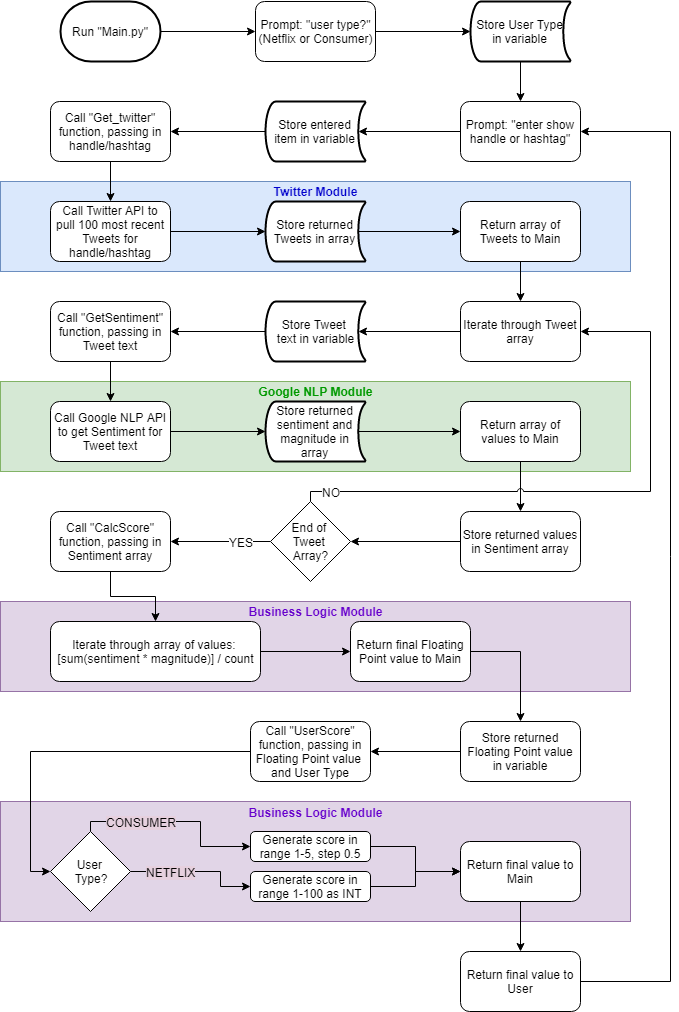
Above: img/EC601-MiniProject1.png in mcboyd-bu/EC601-MiniProject1 (draw.io), before the change. Source tidied: cells renumbered, new cells last; positions are measured from the earlier drawing's top-left corner, leaving out a move shared by most shapes.
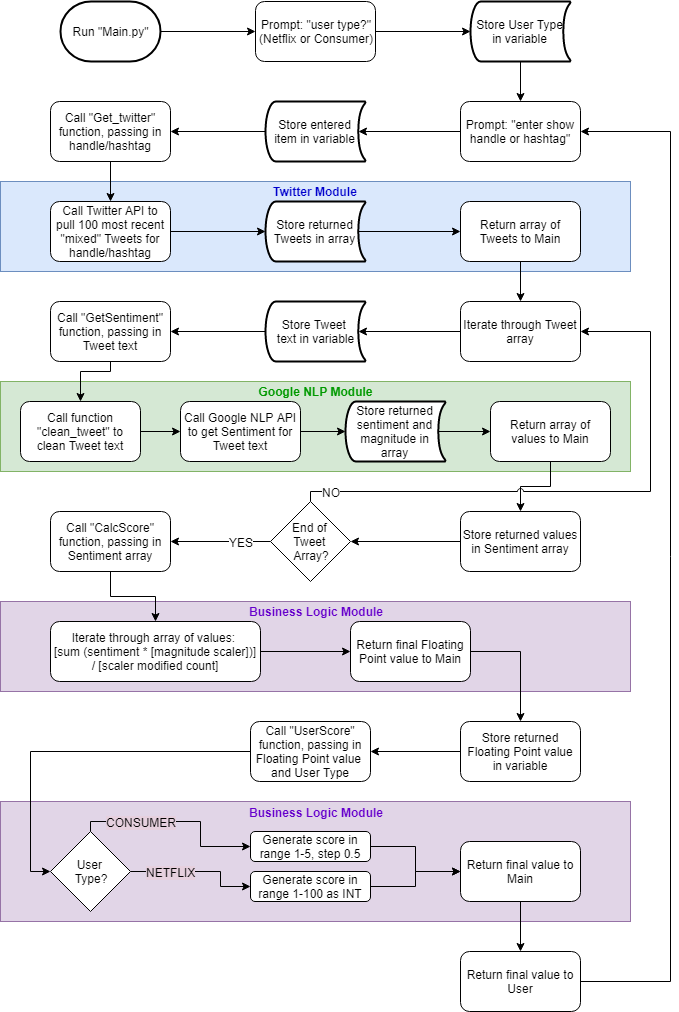
After the commit.

What changed in the source:
```diff
@@ -44,7 +44,7 @@
     <mxCell id="15" style="edgeStyle=orthogonalEdgeStyle;rounded=0;jettySize=auto;html=1;exitX=1;exitY=0.5;exitDx=0;exitDy=0;entryX=0;entryY=0.5;entryDx=0;entryDy=0;entryPerimeter=0;" parent="1" edge="1" source="16" target="18">
       <mxGeometry relative="1" as="geometry" />
     </mxCell>
-    <mxCell id="16" value="Call Twitter API to pull 100 most recent Tweets for handle/hashtag" style="rounded=1;whiteSpace=wrap;html=1;" parent="1" vertex="1">
+    <mxCell id="16" value="Call Twitter API to pull 100 most recent &quot;mixed&quot; Tweets for handle/hashtag" style="rounded=1;whiteSpace=wrap;html=1;" parent="1" vertex="1">
       <mxGeometry x="50" y="200" width="120" height="60" as="geometry" />
     </mxCell>
     <mxCell id="17" style="edgeStyle=orthogonalEdgeStyle;rounded=0;jettySize=auto;html=1;exitX=0.93;exitY=0.5;exitDx=0;exitDy=0;exitPerimeter=0;entryX=0;entryY=0.5;entryDx=0;entryDy=0;" parent="1" edge="1" source="18" target="20">
@@ -87,23 +87,20 @@
       <mxGeometry relative="1" as="geometry" />
     </mxCell>
     <mxCell id="30" value="Call Google NLP API to get Sentiment for Tweet text" style="rounded=1;whiteSpace=wrap;html=1;" parent="1" vertex="1">
-      <mxGeometry x="50" y="400" width="120" height="60" as="geometry" />
+      <mxGeometry x="180" y="400" width="120" height="60" as="geometry" />
     </mxCell>
     <mxCell id="31" style="edgeStyle=orthogonalEdgeStyle;rounded=0;jettySize=auto;html=1;exitX=0.93;exitY=0.5;exitDx=0;exitDy=0;exitPerimeter=0;entryX=0;entryY=0.5;entryDx=0;entryDy=0;" parent="1" edge="1" source="32" target="34">
       <mxGeometry relative="1" as="geometry" />
     </mxCell>
     <mxCell id="32" value="Store returned sentiment and magnitude in array" style="strokeWidth=2;html=1;shape=mxgraph.flowchart.stored_data;whiteSpace=wrap;" parent="1" vertex="1">
-      <mxGeometry x="265" y="400" width="100" height="60" as="geometry" />
+      <mxGeometry x="345" y="400" width="100" height="60" as="geometry" />
     </mxCell>
     <mxCell id="33" style="edgeStyle=orthogonalEdgeStyle;rounded=0;jettySize=auto;html=1;exitX=0.5;exitY=1;exitDx=0;exitDy=0;entryX=0.5;entryY=0;entryDx=0;entryDy=0;" parent="1" edge="1" source="34" target="37">
       <mxGeometry relative="1" as="geometry" />
     </mxCell>
     <mxCell id="34" value="Return array of values to Main" style="rounded=1;whiteSpace=wrap;html=1;" parent="1" vertex="1">
-      <mxGeometry x="460" y="400" width="120" height="60" as="geometry" />
+      <mxGeometry x="490" y="400" width="120" height="60" as="geometry" />
     </mxCell>
-    <mxCell id="35" style="edgeStyle=orthogonalEdgeStyle;rounded=0;jettySize=auto;html=1;exitX=0.5;exitY=1;exitDx=0;exitDy=0;entryX=0.5;entryY=0;entryDx=0;entryDy=0;" parent="1" edge="1" source="27" target="30">
-      <mxGeometry relative="1" as="geometry" />
-    </mxCell>
     <mxCell id="36" style="edgeStyle=orthogonalEdgeStyle;rounded=0;jettySize=auto;html=1;exitX=0;exitY=0.5;exitDx=0;exitDy=0;entryX=1;entryY=0.5;entryDx=0;entryDy=0;" parent="1" edge="1" source="37" target="42">
       <mxGeometry relative="1" as="geometry" />
     </mxCell>
@@ -144,7 +141,7 @@
     <mxCell id="45" style="edgeStyle=orthogonalEdgeStyle;rounded=0;jumpStyle=arc;jettySize=auto;html=1;exitX=1;exitY=0.5;exitDx=0;exitDy=0;" parent="1" edge="1" source="46" target="48">
       <mxGeometry relative="1" as="geometry" />
     </mxCell>
-    <mxCell id="46" value="Iterate through array of values: &lt;br&gt;[sum(sentiment * magnitude)] / count" style="rounded=1;whiteSpace=wrap;html=1;" parent="1" vertex="1">
+    <mxCell id="46" value="Iterate through array of values: &lt;br&gt;[sum (sentiment * [magnitude scaler])] / [scaler modified count]" style="rounded=1;whiteSpace=wrap;html=1;" parent="1" vertex="1">
       <mxGeometry x="50" y="620" width="210" height="60" as="geometry" />
     </mxCell>
     <mxCell id="47" style="edgeStyle=orthogonalEdgeStyle;rounded=0;jumpStyle=arc;jettySize=auto;html=1;exitX=1;exitY=0.5;exitDx=0;exitDy=0;entryX=0.5;entryY=0;entryDx=0;entryDy=0;" parent="1" edge="1" source="48" target="50">
@@ -224,5 +221,19 @@
     <mxCell id="65" value="Return final value to User" style="rounded=1;whiteSpace=wrap;html=1;" parent="1" vertex="1">
       <mxGeometry x="460" y="950" width="120" height="60" as="geometry" />
     </mxCell>
+    <mxCell id="66" style="edgeStyle=orthogonalEdgeStyle;rounded=0;jettySize=auto;html=1;exitX=1;exitY=0.5;exitDx=0;exitDy=0;entryX=0;entryY=0.5;entryDx=0;entryDy=0;" parent="1" edge="1" source="67" target="30">
+      <mxGeometry relative="1" as="geometry" />
+    </mxCell>
+    <mxCell id="67" value="Call function &quot;clean_tweet&quot; to clean Tweet text" style="rounded=1;whiteSpace=wrap;html=1;" parent="1" vertex="1">
+      <mxGeometry x="20" y="400" width="120" height="60" as="geometry" />
+    </mxCell>
+    <mxCell id="68" style="edgeStyle=orthogonalEdgeStyle;rounded=0;jettySize=auto;html=1;exitX=0.5;exitY=1;exitDx=0;exitDy=0;entryX=0.5;entryY=0;entryDx=0;entryDy=0;" parent="1" edge="1" source="27" target="67">
+      <mxGeometry relative="1" as="geometry">
+        <Array as="points">
+          <mxPoint x="110" y="370" />
+          <mxPoint x="80" y="370" />
+        </Array>
+      </mxGeometry>
+    </mxCell>
   </root>
 </mxGraphModel>
```
